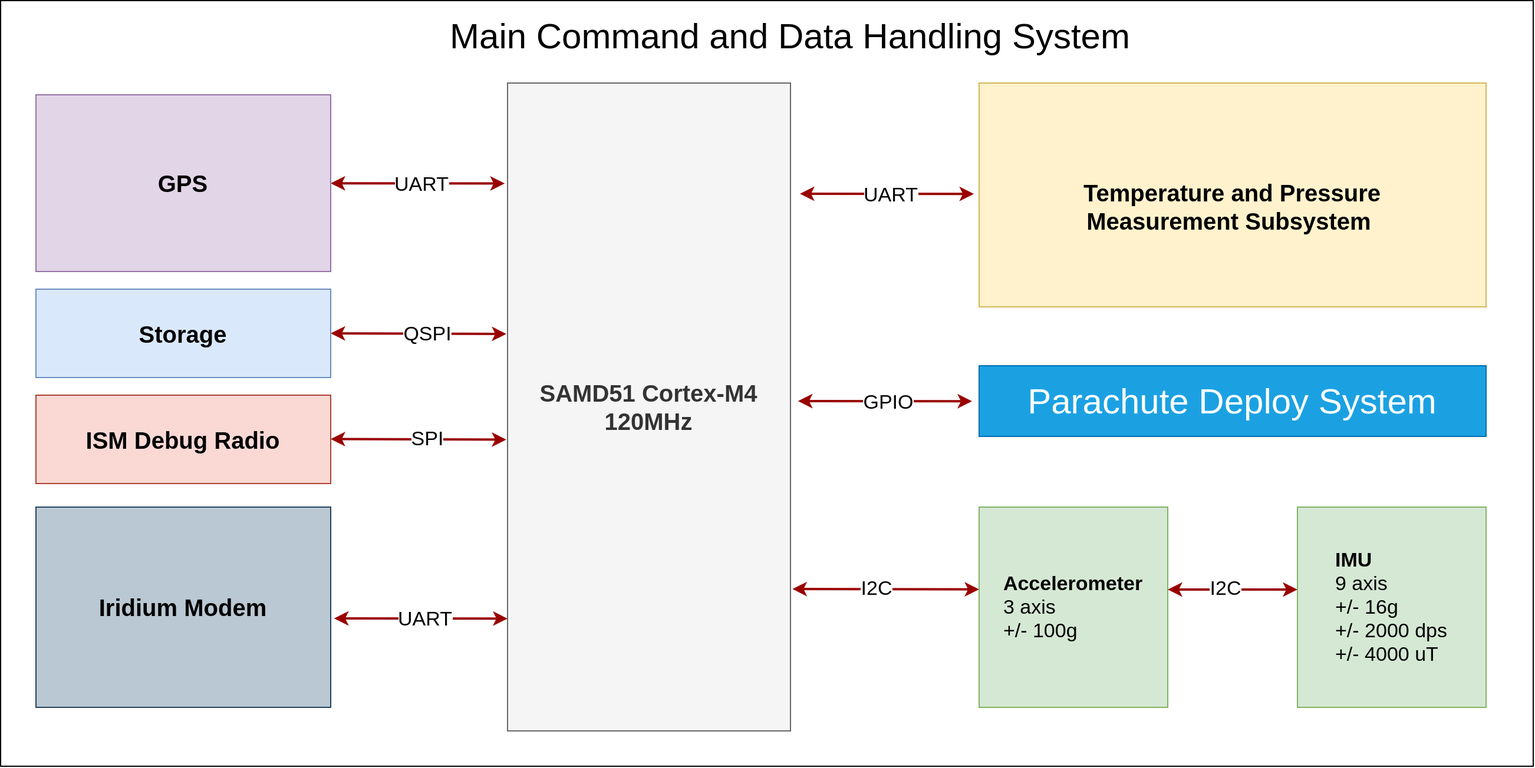
Earlier version of the draw.io export documentation/images/amtps-main-system.png (krups/amtps-fta-hardware). Source tidied: cells renumbered, new cells last; positions are measured from the earlier drawing's top-left corner, leaving out a move shared by most shapes. Source of this version:
```xml
<mxGraphModel>
  <root>
    <mxCell id="0" />
    <mxCell id="1" parent="0" />
    <mxCell id="2" style="rounded=0;whiteSpace=wrap;html=1;fontSize=14;" parent="1" vertex="1">
      <mxGeometry width="1300" height="650" as="geometry" />
    </mxCell>
    <mxCell id="3" style="edgeStyle=orthogonalEdgeStyle;rounded=1;jettySize=auto;html=1;entryX=1;entryY=0.5;entryDx=0;entryDy=0;startArrow=classic;startFill=1;endArrow=classic;endFill=1;strokeColor=#990000;strokeWidth=2;fontSize=17;" parent="1" edge="1" target="9">
      <mxGeometry relative="1" as="geometry">
        <mxPoint x="429" y="283" as="sourcePoint" />
        <Array as="points">
          <mxPoint x="429" y="283" />
        </Array>
      </mxGeometry>
    </mxCell>
    <mxCell id="4" value="QSPI" style="edgeLabel;html=1;align=center;verticalAlign=middle;fontSize=17;" parent="3" vertex="1">
      <mxGeometry x="-0.09" y="-1" relative="1" as="geometry" />
    </mxCell>
    <mxCell id="5" value="&lt;font style=&quot;font-size: 20px;&quot;&gt;SAMD51 Cortex-M4&lt;br style=&quot;font-size: 20px;&quot;&gt;120MHz&lt;br style=&quot;font-size: 20px;&quot;&gt;&lt;/font&gt;" style="rounded=0;whiteSpace=wrap;html=1;fontSize=20;fillColor=#f5f5f5;strokeColor=#666666;fontColor=#333333;fontStyle=1;" parent="1" vertex="1">
      <mxGeometry x="430" y="70" width="240" height="550" as="geometry" />
    </mxCell>
    <mxCell id="6" style="edgeStyle=none;rounded=0;jettySize=auto;html=1;entryX=-0.01;entryY=0.155;entryDx=0;entryDy=0;entryPerimeter=0;endArrow=classic;endFill=1;strokeColor=#990000;strokeWidth=2;fontSize=17;startArrow=classic;startFill=1;" parent="1" edge="1" source="8" target="5">
      <mxGeometry relative="1" as="geometry" />
    </mxCell>
    <mxCell id="7" value="UART" style="edgeLabel;html=1;align=center;verticalAlign=middle;fontSize=17;" parent="6" vertex="1">
      <mxGeometry x="0.16" y="-3" relative="1" as="geometry">
        <mxPoint x="-9" y="-3" as="offset" />
      </mxGeometry>
    </mxCell>
    <mxCell id="8" value="GPS" style="rounded=0;whiteSpace=wrap;html=1;fontSize=20;fillColor=#e1d5e7;strokeColor=#9673a6;fontStyle=1;" parent="1" vertex="1">
      <mxGeometry x="30" y="80" width="250" height="150" as="geometry" />
    </mxCell>
    <mxCell id="9" value="&lt;font style=&quot;font-size: 20px;&quot;&gt;Storage&lt;/font&gt;" style="rounded=0;whiteSpace=wrap;html=1;fontSize=20;fillColor=#dae8fc;strokeColor=#6c8ebf;fontStyle=1;" parent="1" vertex="1">
      <mxGeometry x="30" y="245" width="250" height="75" as="geometry" />
    </mxCell>
    <mxCell id="10" value="Iridium Modem" style="rounded=0;whiteSpace=wrap;html=1;fontSize=20;fillColor=#bac8d3;strokeColor=#23445d;fontStyle=1;" parent="1" vertex="1">
      <mxGeometry x="30" y="430" width="250" height="170" as="geometry" />
    </mxCell>
    <mxCell id="11" style="edgeStyle=none;rounded=0;orthogonalLoop=1;jettySize=auto;html=1;entryX=-0.01;entryY=0.155;entryDx=0;entryDy=0;entryPerimeter=0;endArrow=classic;endFill=1;strokeColor=#990000;strokeWidth=2;fontSize=17;startArrow=classic;startFill=1;" parent="1" edge="1">
      <mxGeometry relative="1" as="geometry">
        <mxPoint x="282.9" y="524.5" as="sourcePoint" />
        <mxPoint x="430" y="524.7" as="targetPoint" />
      </mxGeometry>
    </mxCell>
    <mxCell id="12" value="UART" style="edgeLabel;html=1;align=center;verticalAlign=middle;fontSize=17;" parent="11" vertex="1">
      <mxGeometry x="0.16" y="-3" relative="1" as="geometry">
        <mxPoint x="-9" y="-3" as="offset" />
      </mxGeometry>
    </mxCell>
    <mxCell id="13" style="edgeStyle=none;rounded=0;jettySize=auto;html=1;startArrow=classic;startFill=1;endArrow=classic;endFill=1;strokeColor=#990000;strokeWidth=2;fontSize=17;entryX=1.007;entryY=0.781;entryDx=0;entryDy=0;entryPerimeter=0;" parent="1" edge="1" target="5">
      <mxGeometry relative="1" as="geometry">
        <mxPoint x="830" y="499.8" as="sourcePoint" />
      </mxGeometry>
    </mxCell>
    <mxCell id="14" value="I2C" style="edgeLabel;html=1;align=center;verticalAlign=middle;fontSize=17;" parent="13" vertex="1">
      <mxGeometry x="0.12" y="-2" relative="1" as="geometry" />
    </mxCell>
    <mxCell id="15" value="&lt;div style=&quot;text-align: left&quot;&gt;&lt;span style=&quot;font-family: &amp;#34;helvetica&amp;#34; ; text-align: center&quot;&gt;&lt;b&gt;Accelerometer&lt;br&gt;&lt;/b&gt;&lt;/span&gt;&lt;span style=&quot;font-family: &amp;#34;helvetica&amp;#34; ; text-align: center&quot;&gt;3 axis&lt;br&gt;+/- 100g&lt;/span&gt;&lt;br&gt;&lt;/div&gt;" style="rounded=0;whiteSpace=wrap;html=1;labelBackgroundColor=none;strokeColor=#82b366;fillColor=#d5e8d4;fontSize=17;" parent="1" vertex="1">
      <mxGeometry x="830" y="430" width="160" height="170" as="geometry" />
    </mxCell>
    <mxCell id="16" value="&lt;font style=&quot;font-size: 20px;&quot;&gt;ISM Debug Radio&lt;/font&gt;" style="rounded=0;whiteSpace=wrap;html=1;fontSize=20;fillColor=#fad9d5;strokeColor=#ae4132;fontStyle=1;" parent="1" vertex="1">
      <mxGeometry x="30" y="335" width="250" height="75" as="geometry" />
    </mxCell>
    <mxCell id="17" style="edgeStyle=orthogonalEdgeStyle;rounded=1;orthogonalLoop=1;jettySize=auto;html=1;entryX=1;entryY=0.5;entryDx=0;entryDy=0;startArrow=classic;startFill=1;endArrow=classic;endFill=1;strokeColor=#990000;strokeWidth=2;fontSize=17;" parent="1" edge="1">
      <mxGeometry relative="1" as="geometry">
        <mxPoint x="429" y="372.7" as="sourcePoint" />
        <mxPoint x="280" y="372.2" as="targetPoint" />
        <Array as="points">
          <mxPoint x="429" y="372.7" />
        </Array>
      </mxGeometry>
    </mxCell>
    <mxCell id="18" value="SPI" style="edgeLabel;html=1;align=center;verticalAlign=middle;fontSize=17;" parent="17" vertex="1">
      <mxGeometry x="-0.09" y="-1" relative="1" as="geometry" />
    </mxCell>
    <mxCell id="19" value="Main Command and Data Handling System" style="text;html=1;strokeColor=none;fillColor=none;align=center;verticalAlign=middle;whiteSpace=wrap;rounded=0;fontSize=30;" parent="1" vertex="1">
      <mxGeometry x="353" y="20" width="634" height="20" as="geometry" />
    </mxCell>
    <mxCell id="20" value="&lt;div style=&quot;text-align: left&quot;&gt;&lt;span style=&quot;font-family: &amp;#34;helvetica&amp;#34; ; text-align: center&quot;&gt;&lt;b&gt;IMU&lt;br&gt;&lt;/b&gt;&lt;/span&gt;&lt;span style=&quot;font-family: &amp;#34;helvetica&amp;#34; ; text-align: center&quot;&gt;9 axis&lt;br&gt;+/- 16g&lt;br&gt;&lt;/span&gt;+/- 2000 dps&lt;/div&gt;&lt;div style=&quot;text-align: left&quot;&gt;+/- 4000 uT&lt;/div&gt;" style="rounded=0;whiteSpace=wrap;html=1;labelBackgroundColor=none;strokeColor=#82b366;fillColor=#d5e8d4;fontSize=17;" parent="1" vertex="1">
      <mxGeometry x="1100" y="430" width="160" height="170" as="geometry" />
    </mxCell>
    <mxCell id="21" style="edgeStyle=none;rounded=0;orthogonalLoop=1;jettySize=auto;html=1;startArrow=classic;startFill=1;endArrow=classic;endFill=1;strokeColor=#990000;strokeWidth=2;fontSize=17;entryX=1.007;entryY=0.781;entryDx=0;entryDy=0;entryPerimeter=0;" parent="1" edge="1">
      <mxGeometry relative="1" as="geometry">
        <mxPoint x="1100" y="500" as="sourcePoint" />
        <mxPoint x="990" y="500" as="targetPoint" />
      </mxGeometry>
    </mxCell>
    <mxCell id="22" value="I2C" style="edgeLabel;html=1;align=center;verticalAlign=middle;fontSize=17;" parent="21" vertex="1">
      <mxGeometry x="0.12" y="-2" relative="1" as="geometry" />
    </mxCell>
    <mxCell id="23" style="rounded=0;whiteSpace=wrap;html=1;fontSize=14;fillColor=#fff2cc;strokeColor=#d6b656;" parent="1" vertex="1">
      <mxGeometry x="830" y="70" width="430" height="190" as="geometry" />
    </mxCell>
    <mxCell id="24" value="Temperature and Pressure Measurement Subsystem&amp;nbsp;" style="text;html=1;strokeColor=none;fillColor=none;align=center;verticalAlign=middle;whiteSpace=wrap;rounded=0;fontSize=20;fontStyle=1;" parent="1" vertex="1">
      <mxGeometry x="906.2" y="130" width="277.5" height="90" as="geometry" />
    </mxCell>
    <mxCell id="25" style="edgeStyle=none;rounded=0;orthogonalLoop=1;jettySize=auto;html=1;entryX=-0.01;entryY=0.155;entryDx=0;entryDy=0;entryPerimeter=0;endArrow=classic;endFill=1;strokeColor=#990000;strokeWidth=2;fontSize=17;startArrow=classic;startFill=1;" parent="1" edge="1">
      <mxGeometry relative="1" as="geometry">
        <mxPoint x="678" y="164" as="sourcePoint" />
        <mxPoint x="825.6" y="164.1" as="targetPoint" />
      </mxGeometry>
    </mxCell>
    <mxCell id="26" value="UART" style="edgeLabel;html=1;align=center;verticalAlign=middle;fontSize=17;" parent="25" vertex="1">
      <mxGeometry x="0.16" y="-3" relative="1" as="geometry">
        <mxPoint x="-9" y="-3" as="offset" />
      </mxGeometry>
    </mxCell>
    <mxCell id="27" value="Parachute Deploy System" style="rounded=0;whiteSpace=wrap;html=1;fontSize=30;fillColor=#1ba1e2;strokeColor=#006EAF;fontColor=#ffffff;" parent="1" vertex="1">
      <mxGeometry x="830" y="310" width="430" height="60" as="geometry" />
    </mxCell>
    <mxCell id="28" style="edgeStyle=none;rounded=0;orthogonalLoop=1;jettySize=auto;html=1;entryX=-0.01;entryY=0.155;entryDx=0;entryDy=0;entryPerimeter=0;endArrow=classic;endFill=1;strokeColor=#990000;strokeWidth=2;fontSize=17;startArrow=classic;startFill=1;" parent="1" edge="1">
      <mxGeometry relative="1" as="geometry">
        <mxPoint x="676.4" y="340" as="sourcePoint" />
        <mxPoint x="824" y="340.1" as="targetPoint" />
      </mxGeometry>
    </mxCell>
    <mxCell id="29" value="GPIO" style="edgeLabel;html=1;align=center;verticalAlign=middle;fontSize=17;" parent="28" vertex="1">
      <mxGeometry x="0.16" y="-3" relative="1" as="geometry">
        <mxPoint x="-9" y="-3" as="offset" />
      </mxGeometry>
    </mxCell>
  </root>
</mxGraphModel>
```
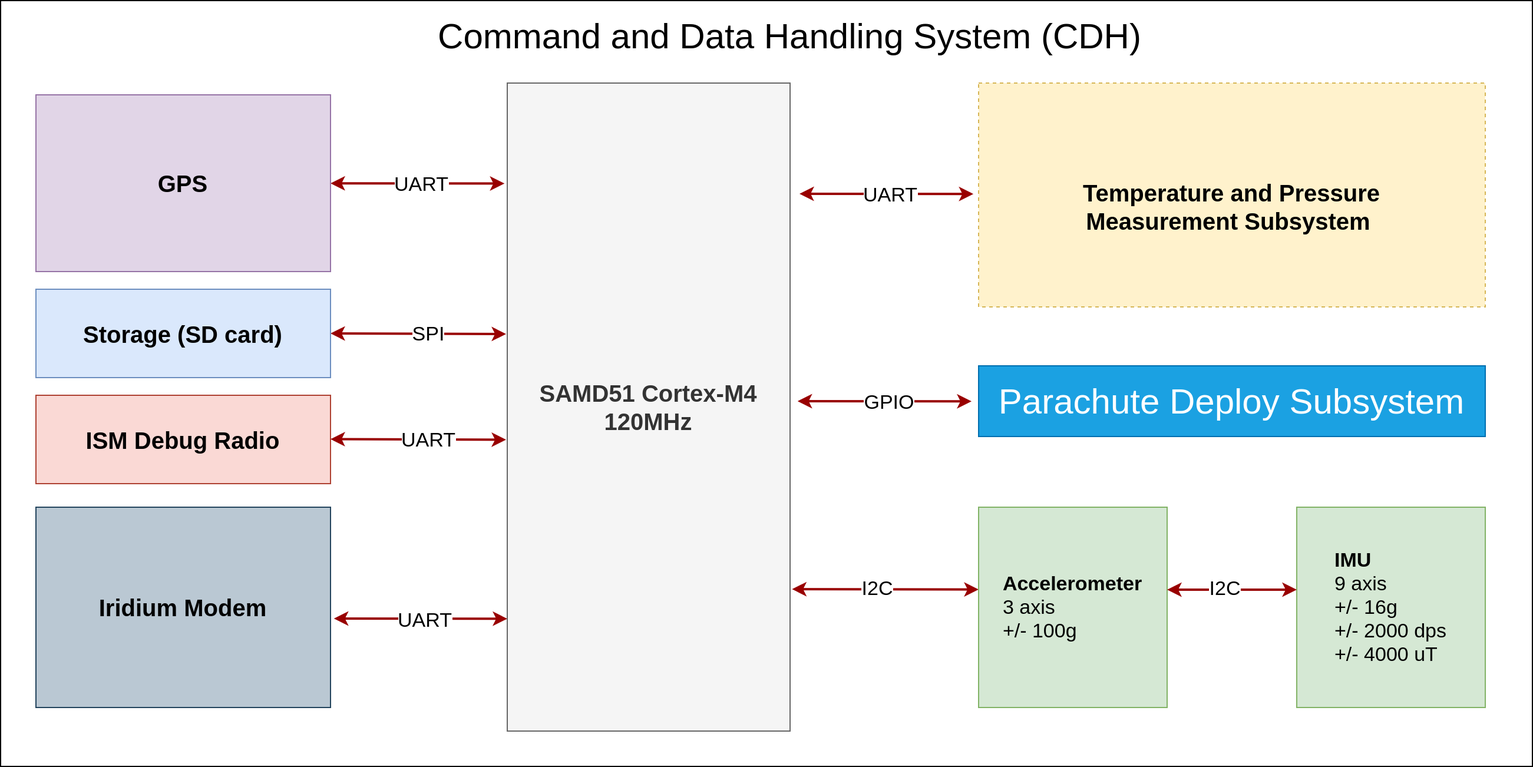
Above is the later version.

What changed in the source:
```diff
@@ -13,7 +13,7 @@
         </Array>
       </mxGeometry>
     </mxCell>
-    <mxCell id="4" value="QSPI" style="edgeLabel;html=1;align=center;verticalAlign=middle;fontSize=17;" parent="3" vertex="1">
+    <mxCell id="4" value="SPI" style="edgeLabel;html=1;align=center;verticalAlign=middle;fontSize=17;" parent="3" vertex="1">
       <mxGeometry x="-0.09" y="-1" relative="1" as="geometry" />
     </mxCell>
     <mxCell id="5" value="&lt;font style=&quot;font-size: 20px;&quot;&gt;SAMD51 Cortex-M4&lt;br style=&quot;font-size: 20px;&quot;&gt;120MHz&lt;br style=&quot;font-size: 20px;&quot;&gt;&lt;/font&gt;" style="rounded=0;whiteSpace=wrap;html=1;fontSize=20;fillColor=#f5f5f5;strokeColor=#666666;fontColor=#333333;fontStyle=1;" parent="1" vertex="1">
@@ -30,7 +30,7 @@
     <mxCell id="8" value="GPS" style="rounded=0;whiteSpace=wrap;html=1;fontSize=20;fillColor=#e1d5e7;strokeColor=#9673a6;fontStyle=1;" parent="1" vertex="1">
       <mxGeometry x="30" y="80" width="250" height="150" as="geometry" />
     </mxCell>
-    <mxCell id="9" value="&lt;font style=&quot;font-size: 20px;&quot;&gt;Storage&lt;/font&gt;" style="rounded=0;whiteSpace=wrap;html=1;fontSize=20;fillColor=#dae8fc;strokeColor=#6c8ebf;fontStyle=1;" parent="1" vertex="1">
+    <mxCell id="9" value="&lt;font style=&quot;font-size: 20px&quot;&gt;Storage (SD card)&lt;/font&gt;" style="rounded=0;whiteSpace=wrap;html=1;fontSize=20;fillColor=#dae8fc;strokeColor=#6c8ebf;fontStyle=1;" parent="1" vertex="1">
       <mxGeometry x="30" y="245" width="250" height="75" as="geometry" />
     </mxCell>
     <mxCell id="10" value="Iridium Modem" style="rounded=0;whiteSpace=wrap;html=1;fontSize=20;fillColor=#bac8d3;strokeColor=#23445d;fontStyle=1;" parent="1" vertex="1">
@@ -70,10 +70,10 @@
         </Array>
       </mxGeometry>
     </mxCell>
-    <mxCell id="18" value="SPI" style="edgeLabel;html=1;align=center;verticalAlign=middle;fontSize=17;" parent="17" vertex="1">
+    <mxCell id="18" value="UART" style="edgeLabel;html=1;align=center;verticalAlign=middle;fontSize=17;" parent="17" vertex="1">
       <mxGeometry x="-0.09" y="-1" relative="1" as="geometry" />
     </mxCell>
-    <mxCell id="19" value="Main Command and Data Handling System" style="text;html=1;strokeColor=none;fillColor=none;align=center;verticalAlign=middle;whiteSpace=wrap;rounded=0;fontSize=30;" parent="1" vertex="1">
+    <mxCell id="19" value="Command and Data Handling System (CDH)" style="text;html=1;strokeColor=none;fillColor=none;align=center;verticalAlign=middle;whiteSpace=wrap;rounded=0;fontSize=30;" parent="1" vertex="1">
       <mxGeometry x="353" y="20" width="634" height="20" as="geometry" />
     </mxCell>
     <mxCell id="20" value="&lt;div style=&quot;text-align: left&quot;&gt;&lt;span style=&quot;font-family: &amp;#34;helvetica&amp;#34; ; text-align: center&quot;&gt;&lt;b&gt;IMU&lt;br&gt;&lt;/b&gt;&lt;/span&gt;&lt;span style=&quot;font-family: &amp;#34;helvetica&amp;#34; ; text-align: center&quot;&gt;9 axis&lt;br&gt;+/- 16g&lt;br&gt;&lt;/span&gt;+/- 2000 dps&lt;/div&gt;&lt;div style=&quot;text-align: left&quot;&gt;+/- 4000 uT&lt;/div&gt;" style="rounded=0;whiteSpace=wrap;html=1;labelBackgroundColor=none;strokeColor=#82b366;fillColor=#d5e8d4;fontSize=17;" parent="1" vertex="1">
@@ -88,10 +88,10 @@
     <mxCell id="22" value="I2C" style="edgeLabel;html=1;align=center;verticalAlign=middle;fontSize=17;" parent="21" vertex="1">
       <mxGeometry x="0.12" y="-2" relative="1" as="geometry" />
     </mxCell>
-    <mxCell id="23" style="rounded=0;whiteSpace=wrap;html=1;fontSize=14;fillColor=#fff2cc;strokeColor=#d6b656;" parent="1" vertex="1">
+    <mxCell id="23" style="rounded=0;whiteSpace=wrap;html=1;fontSize=14;fillColor=#fff2cc;strokeColor=#d6b656;dashed=1;" parent="1" vertex="1">
       <mxGeometry x="830" y="70" width="430" height="190" as="geometry" />
     </mxCell>
-    <mxCell id="24" value="Temperature and Pressure Measurement Subsystem&amp;nbsp;" style="text;html=1;strokeColor=none;fillColor=none;align=center;verticalAlign=middle;whiteSpace=wrap;rounded=0;fontSize=20;fontStyle=1;" parent="1" vertex="1">
+    <mxCell id="24" value="Temperature and Pressure Measurement Subsystem&amp;nbsp;" style="text;html=1;strokeColor=none;fillColor=none;align=center;verticalAlign=middle;whiteSpace=wrap;rounded=0;fontSize=20;fontStyle=1;dashed=1;" parent="1" vertex="1">
       <mxGeometry x="906.2" y="130" width="277.5" height="90" as="geometry" />
     </mxCell>
     <mxCell id="25" style="edgeStyle=none;rounded=0;orthogonalLoop=1;jettySize=auto;html=1;entryX=-0.01;entryY=0.155;entryDx=0;entryDy=0;entryPerimeter=0;endArrow=classic;endFill=1;strokeColor=#990000;strokeWidth=2;fontSize=17;startArrow=classic;startFill=1;" parent="1" edge="1">
@@ -105,7 +105,7 @@
         <mxPoint x="-9" y="-3" as="offset" />
       </mxGeometry>
     </mxCell>
-    <mxCell id="27" value="Parachute Deploy System" style="rounded=0;whiteSpace=wrap;html=1;fontSize=30;fillColor=#1ba1e2;strokeColor=#006EAF;fontColor=#ffffff;" parent="1" vertex="1">
+    <mxCell id="27" value="Parachute Deploy Subsystem" style="rounded=0;whiteSpace=wrap;html=1;fontSize=30;fillColor=#1ba1e2;strokeColor=#006EAF;fontColor=#ffffff;" parent="1" vertex="1">
       <mxGeometry x="830" y="310" width="430" height="60" as="geometry" />
     </mxCell>
     <mxCell id="28" style="edgeStyle=none;rounded=0;orthogonalLoop=1;jettySize=auto;html=1;entryX=-0.01;entryY=0.155;entryDx=0;entryDy=0;entryPerimeter=0;endArrow=classic;endFill=1;strokeColor=#990000;strokeWidth=2;fontSize=17;startArrow=classic;startFill=1;" parent="1" edge="1">
```
